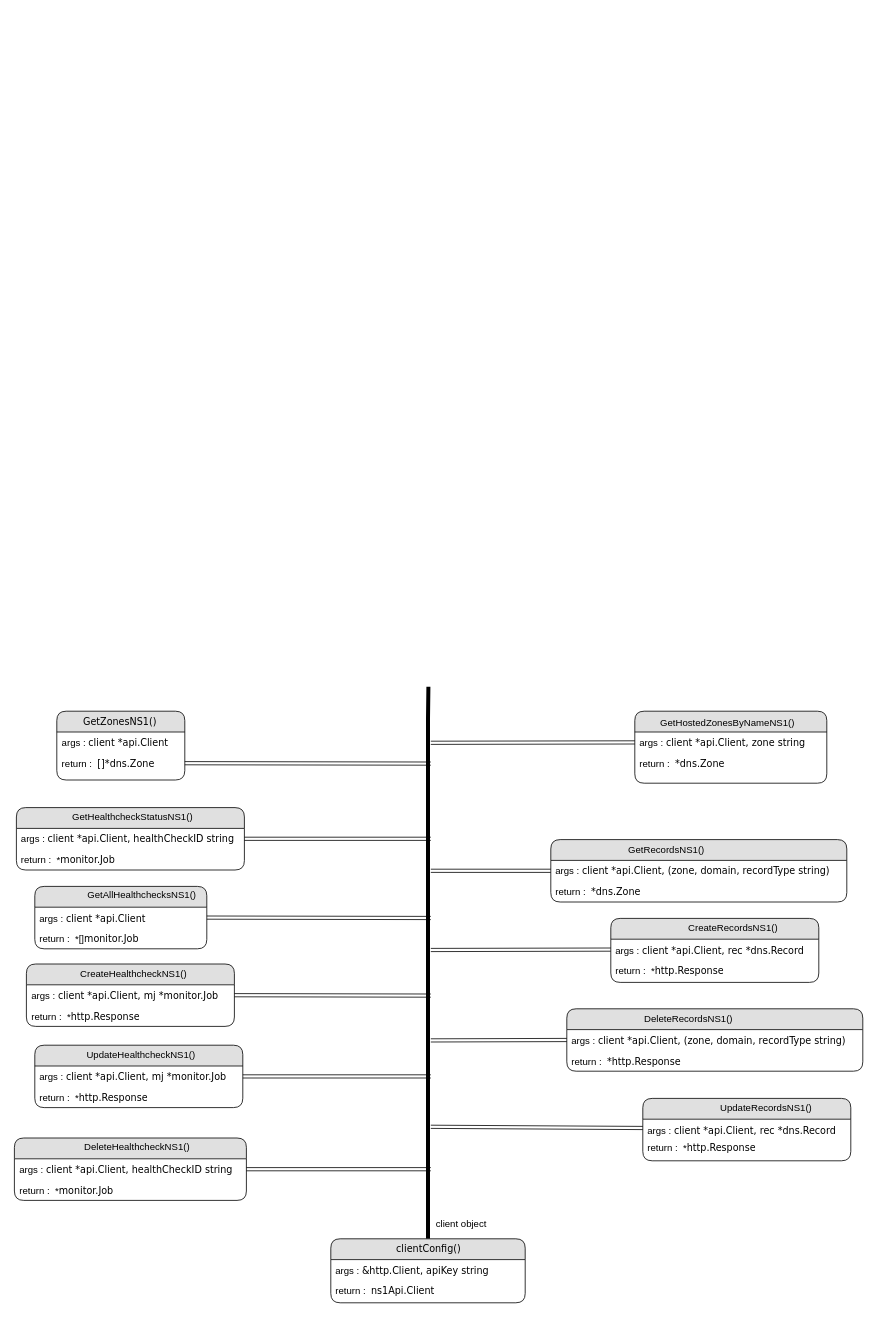
Before: dns-manager.drawio in shreyasgune/NS1-examples, a draw.io diagram. Source tidied: cells renumbered, new cells numbered last; positions are measured from the earlier drawing's top-left corner, leaving out a move shared by most shapes. Both pictures are drawn from the tidied source at 80%, with x=0, y=0 at pixel (14, 686).
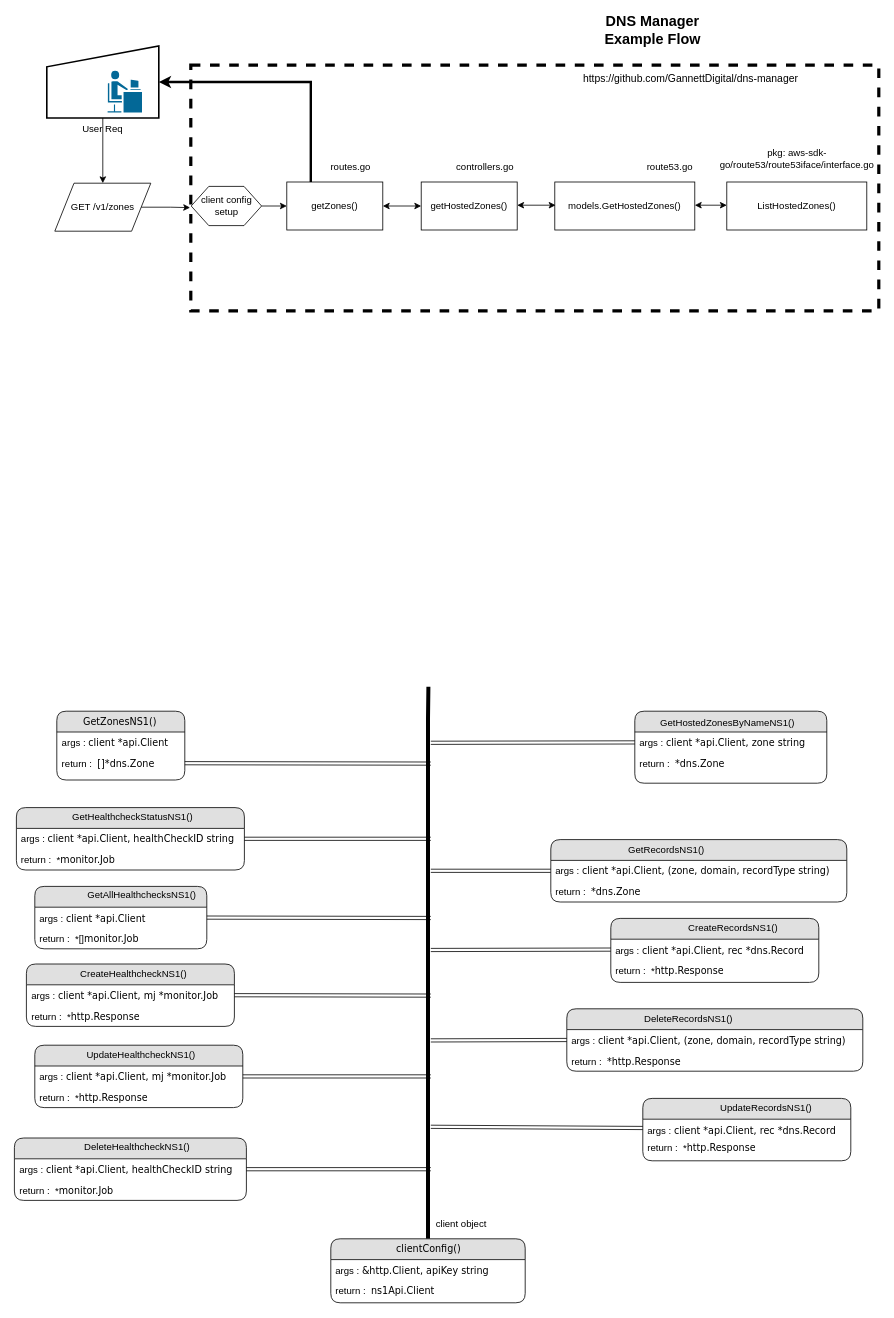
The same diagram, later.

What changed in the source:
```diff
@@
+    <mxCell id="61" style="rounded=0;whiteSpace=wrap;html=1;dashed=1;strokeWidth=4;" parent="1" vertex="1">
+      <mxGeometry x="220" y="-777" width="860" height="307" as="geometry" />
+    </mxCell>
+    <mxCell id="62" style="edgeStyle=orthogonalEdgeStyle;rounded=0;jettySize=auto;html=1;exitX=0.5;exitY=1;exitDx=0;exitDy=0;entryX=0.5;entryY=0;entryDx=0;entryDy=0;" parent="1" edge="1" source="63" target="66">
+      <mxGeometry relative="1" as="geometry" />
+    </mxCell>
+    <mxCell id="63" value="User Req" style="verticalLabelPosition=bottom;verticalAlign=top;html=1;strokeWidth=2;shape=manualInput;whiteSpace=wrap;rounded=1;size=26;arcSize=0;" parent="1" vertex="1">
+      <mxGeometry x="40" y="-801" width="140" height="90" as="geometry" />
+    </mxCell>
@@
+    <mxCell id="64" style="shape=mxgraph.cisco.people.androgenous_person;html=1;dashed=0;fillColor=#036897;strokeColor=#ffffff;strokeWidth=2;verticalLabelPosition=bottom;verticalAlign=top;" parent="1" vertex="1">
+      <mxGeometry x="115" y="-771" width="45" height="54" as="geometry" />
+    </mxCell>
+    <mxCell id="65" style="edgeStyle=orthogonalEdgeStyle;rounded=0;jettySize=auto;html=1;exitX=1;exitY=0.5;exitDx=0;exitDy=0;entryX=-0.001;entryY=0.58;entryDx=0;entryDy=0;entryPerimeter=0;" parent="1" edge="1" source="66" target="61">
+      <mxGeometry relative="1" as="geometry" />
+    </mxCell>
+    <mxCell id="66" value="GET /v1/zones" style="shape=parallelogram;perimeter=parallelogramPerimeter;whiteSpace=wrap;html=1;" parent="1" vertex="1">
+      <mxGeometry x="50" y="-629.5" width="120" height="60" as="geometry" />
+    </mxCell>
+    <mxCell id="67" style="edgeStyle=orthogonalEdgeStyle;rounded=0;jettySize=auto;html=1;exitX=0.25;exitY=0;exitDx=0;exitDy=0;entryX=1;entryY=0.5;entryDx=0;entryDy=0;strokeWidth=3;" parent="1" edge="1" source="68" target="63">
+      <mxGeometry relative="1" as="geometry" />
+    </mxCell>
+    <mxCell id="68" value="getZones()" style="rounded=0;whiteSpace=wrap;html=1;" parent="1" vertex="1">
+      <mxGeometry x="340" y="-631" width="120" height="60" as="geometry" />
+    </mxCell>
+    <mxCell id="69" value="routes.go" style="text;html=1;strokeColor=none;fillColor=none;align=center;verticalAlign=middle;whiteSpace=wrap;rounded=0;" parent="1" vertex="1">
+      <mxGeometry x="400" y="-660" width="40" height="20" as="geometry" />
+    </mxCell>
+    <mxCell id="70" style="edgeStyle=orthogonalEdgeStyle;rounded=0;jettySize=auto;html=1;exitX=1;exitY=0.5;exitDx=0;exitDy=0;entryX=0;entryY=0.5;entryDx=0;entryDy=0;" parent="1" edge="1" source="71" target="68">
+      <mxGeometry relative="1" as="geometry" />
+    </mxCell>
+    <mxCell id="71" value="client config setup" style="shape=hexagon;perimeter=hexagonPerimeter2;whiteSpace=wrap;html=1;" parent="1" vertex="1">
+      <mxGeometry x="220.5" y="-625.5" width="88" height="49" as="geometry" />
+    </mxCell>
+    <mxCell id="72" value="getHostedZones()" style="rounded=0;whiteSpace=wrap;html=1;" parent="1" vertex="1">
+      <mxGeometry x="508" y="-631" width="120" height="60" as="geometry" />
+    </mxCell>
+    <mxCell id="73" value="controllers.go" style="text;html=1;strokeColor=none;fillColor=none;align=center;verticalAlign=middle;whiteSpace=wrap;rounded=0;" parent="1" vertex="1">
+      <mxGeometry x="568" y="-660" width="40" height="20" as="geometry" />
+    </mxCell>
+    <mxCell id="74" value="models.GetHostedZones()" style="rounded=0;whiteSpace=wrap;html=1;" parent="1" vertex="1">
+      <mxGeometry x="675" y="-631" width="175" height="60" as="geometry" />
+    </mxCell>
+    <mxCell id="75" value="route53.go" style="text;html=1;strokeColor=none;fillColor=none;align=center;verticalAlign=middle;whiteSpace=wrap;rounded=0;" parent="1" vertex="1">
+      <mxGeometry x="799" y="-660" width="40" height="20" as="geometry" />
+    </mxCell>
+    <mxCell id="76" value="ListHostedZones()" style="rounded=0;whiteSpace=wrap;html=1;" parent="1" vertex="1">
+      <mxGeometry x="890" y="-631" width="175" height="60" as="geometry" />
+    </mxCell>
+    <mxCell id="77" value="pkg: aws-sdk-go/route53/route53iface/interface.go" style="text;html=1;strokeColor=none;fillColor=none;align=center;verticalAlign=middle;whiteSpace=wrap;rounded=0;" parent="1" vertex="1">
+      <mxGeometry x="901" y="-680" width="154" height="40" as="geometry" />
+    </mxCell>
+    <mxCell id="78" style="endArrow=classic;startArrow=classic;html=1;entryX=0;entryY=0.5;entryDx=0;entryDy=0;exitX=1;exitY=0.5;exitDx=0;exitDy=0;" parent="1" edge="1" source="68" target="72">
+      <mxGeometry relative="1" as="geometry" />
+    </mxCell>
+    <mxCell id="79" style="endArrow=classic;startArrow=classic;html=1;entryX=0;entryY=0.5;entryDx=0;entryDy=0;exitX=1;exitY=0.5;exitDx=0;exitDy=0;" parent="1" edge="1">
+      <mxGeometry relative="1" as="geometry">
+        <mxPoint x="628" y="-602" as="sourcePoint" />
+        <mxPoint x="676" y="-602" as="targetPoint" />
+      </mxGeometry>
+    </mxCell>
+    <mxCell id="80" style="endArrow=classic;startArrow=classic;html=1;" parent="1" edge="1">
+      <mxGeometry relative="1" as="geometry">
+        <mxPoint x="850" y="-602" as="sourcePoint" />
+        <mxPoint x="890" y="-602" as="targetPoint" />
+      </mxGeometry>
+    </mxCell>
+    <mxCell id="81" value="DNS Manager Example Flow" style="text;html=1;strokeColor=none;fillColor=none;align=center;verticalAlign=middle;whiteSpace=wrap;rounded=0;dashed=1;fontStyle=1;fontSize=18;" parent="1" vertex="1">
+      <mxGeometry x="720" y="-830" width="155" height="20" as="geometry" />
+    </mxCell>
+    <mxCell id="82" value="https://github.com/GannettDigital/dns-manager" style="text;html=1;strokeColor=none;fillColor=none;align=center;verticalAlign=middle;whiteSpace=wrap;rounded=0;dashed=1;fontSize=13;" parent="1" vertex="1">
+      <mxGeometry x="630" y="-771" width="430" height="20" as="geometry" />
+    </mxCell>
```
